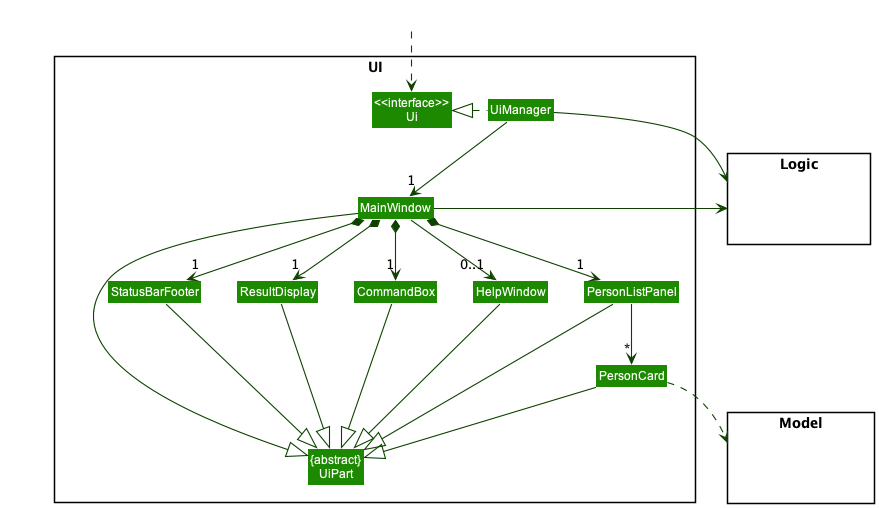
This is docs/images/UiClassDiagram.png from nus-cs2103-AY2223S1/tp, a PlantUML export, as it was before one commit.
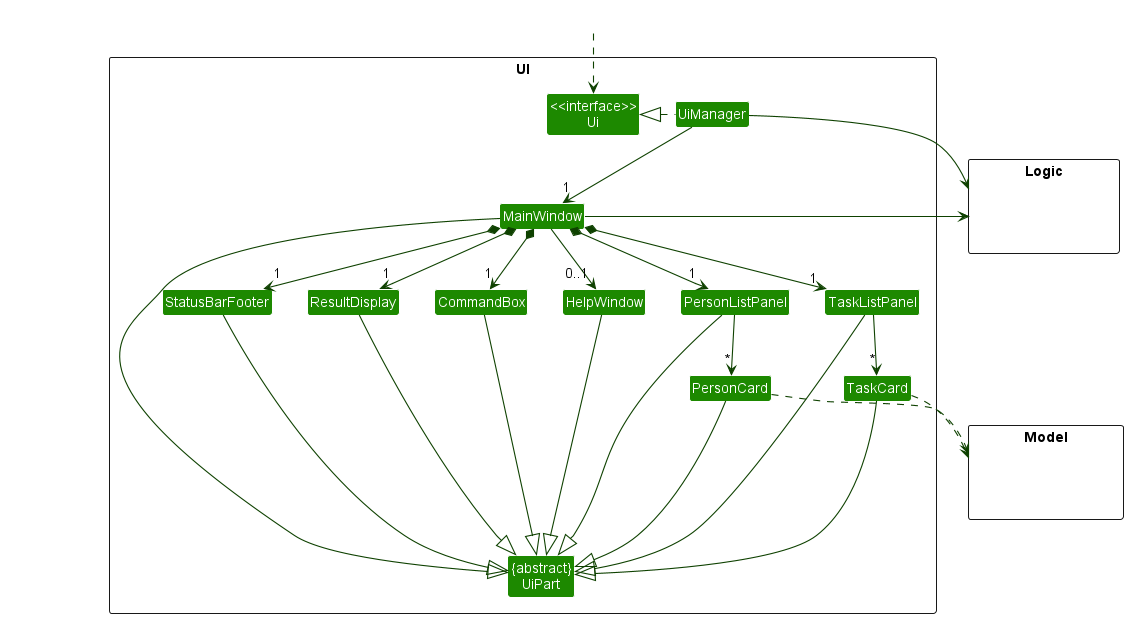
After the commit.

Commit message:
Update DG class diagrams

Change to the diagram source:
```diff
@@ -15,6 +15,8 @@
 Class PersonCard
 Class StatusBarFooter
 Class CommandBox
+Class TaskListPanel
+Class TaskCard
 }
 
 package Model <<Rectangle>> {
@@ -33,10 +35,12 @@
 MainWindow *-down->  "1" CommandBox
 MainWindow *-down-> "1" ResultDisplay
 MainWindow *-down-> "1" PersonListPanel
+MainWindow *-down-> "1" TaskListPanel
 MainWindow *-down-> "1" StatusBarFooter
 MainWindow --> "0..1" HelpWindow
 
 PersonListPanel -down-> "*" PersonCard
+TaskListPanel -down-> "*" TaskCard
 
 MainWindow -left-|> UiPart
 
@@ -44,10 +48,13 @@
 CommandBox --|> UiPart
 PersonListPanel --|> UiPart
 PersonCard --|> UiPart
+TaskListPanel --|> UiPart
+TaskCard ---|> UiPart
 StatusBarFooter --|> UiPart
 HelpWindow --|> UiPart
 
 PersonCard ..> Model
+TaskCard ..> Model
 UiManager -right-> Logic
 MainWindow -left-> Logic
 
@@ -55,6 +62,8 @@
 HelpWindow -[hidden]left- CommandBox
 CommandBox -[hidden]left- ResultDisplay
 ResultDisplay -[hidden]left- StatusBarFooter
+TaskListPanel -[hidden]left- PersonListPanel
+TaskCard -[hidden]left- PersonCard
 
 MainWindow -[hidden]-|> UiPart
 @enduml
```
